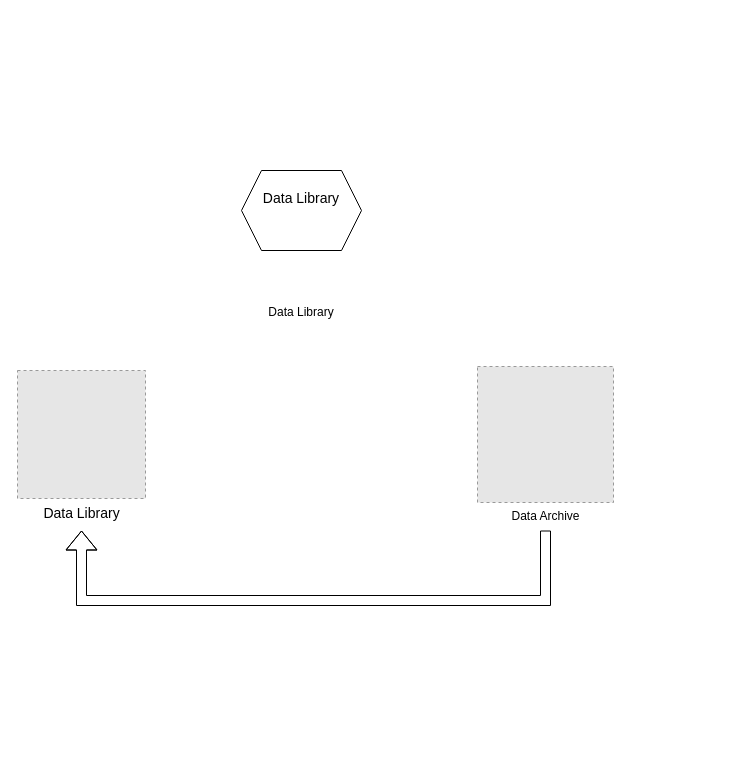
ruibei/greenpeace_datahub keeps this draw.io diagram as data life cycle track.drawio. Above is the earlier version. Source tidied: cells renumbered, new cells numbered last; positions are measured from the earlier drawing's top-left corner, leaving out a move shared by most shapes. Both pictures are drawn from the tidied source at 100%, with x=0, y=0 at pixel (17, 170). Pictures stored in the file or linked from it are replaced by grey dashed boxes.
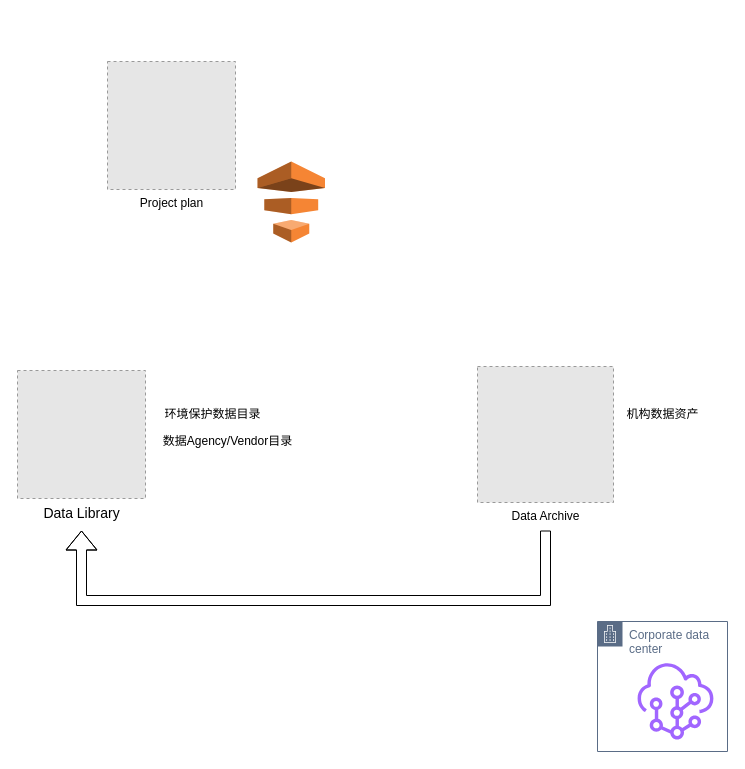
After the change.

The edit, as a diff of the source:
```diff
@@
 <mxGraphModel>
   <root>
     <mxCell id="0" />
     <mxCell id="1" parent="0" />
-    <mxCell id="2" value="&lt;br&gt;&lt;br&gt;&lt;br&gt;&lt;br&gt;&lt;br&gt;&lt;br&gt;&lt;br&gt;&lt;br&gt;&lt;br&gt;&lt;br&gt;&lt;br&gt;&lt;br&gt;&lt;p class=&quot;MsoNormal&quot; style=&quot;margin: 0cm ; text-align: justify ; font-size: 10.5pt ; font-family: &amp;#34;dengxian&amp;#34;&quot;&gt;&lt;span lang=&quot;EN-US&quot;&gt;Data Library&lt;/span&gt;&lt;/p&gt;&lt;br&gt;&lt;br&gt;&lt;br&gt;&lt;br&gt;&lt;br&gt;&lt;br&gt;&lt;p class=&quot;MsoNormal&quot;&gt;&lt;span lang=&quot;EN-US&quot;&gt;Data Library&lt;/span&gt;&lt;/p&gt;&lt;br&gt;&lt;br&gt;&lt;br&gt;&lt;br&gt;&lt;br&gt;" style="shape=hexagon;perimeter=hexagonPerimeter2;whiteSpace=wrap;html=1;fixedSize=1;" parent="1" vertex="1">
-      <mxGeometry x="224" width="120" height="80" as="geometry" />
-    </mxCell>
     <mxCell id="3" value="&lt;font style=&quot;font-size: 14px&quot;&gt;Data Library&lt;/font&gt;" style="fillColor=#E6E6E6;strokeColor=#999999;dashed=1;html=1;verticalAlign=top;verticalLabelPosition=bottom;labelBackgroundColor=#ffffff;" parent="1" vertex="1">
       <mxGeometry y="200" width="128" height="128" as="geometry" />
     </mxCell>
     <mxCell id="4" style="edgeStyle=orthogonalEdgeStyle;rounded=0;orthogonalLoop=1;jettySize=auto;html=1;shape=flexArrow;" parent="1" edge="1">
       <mxGeometry relative="1" as="geometry">
         <mxPoint x="528" y="360" as="sourcePoint" />
         <mxPoint x="64" y="360" as="targetPoint" />
         <Array as="points">
           <mxPoint x="528" y="430" />
           <mxPoint x="64" y="430" />
         </Array>
       </mxGeometry>
     </mxCell>
     <mxCell id="5" value="Data Archive" style="fillColor=#E6E6E6;strokeColor=#999999;dashed=1;html=1;verticalAlign=top;verticalLabelPosition=bottom;labelBackgroundColor=#ffffff;" parent="1" vertex="1">
       <mxGeometry x="460" y="196" width="136" height="136" as="geometry" />
     </mxCell>
+    <mxCell id="6" value="Project plan" style="fillColor=#E6E6E6;strokeColor=#999999;dashed=1;html=1;verticalAlign=top;verticalLabelPosition=bottom;labelBackgroundColor=#ffffff;" parent="1" vertex="1">
+      <mxGeometry x="90" y="-109" width="128" height="128" as="geometry" />
+    </mxCell>
+    <mxCell id="7" value="环境保护数据目录" style="text;html=1;align=center;verticalAlign=middle;strokeColor=none;" parent="1" vertex="1">
+      <mxGeometry x="140" y="234" width="110" height="20" as="geometry" />
+    </mxCell>
+    <mxCell id="8" value="数据Agency/Vendor目录" style="text;html=1;align=center;verticalAlign=middle;strokeColor=none;" parent="1" vertex="1">
+      <mxGeometry x="140" y="261" width="140" height="20" as="geometry" />
+    </mxCell>
+    <mxCell id="9" value="机构数据资产" style="text;html=1;align=center;verticalAlign=middle;strokeColor=none;" parent="1" vertex="1">
+      <mxGeometry x="600" y="234" width="90" height="20" as="geometry" />
+    </mxCell>
+    <mxCell id="10" style="fontColor=#232F3E;gradientColor=none;fillColor=#A166FF;strokeColor=none;dashed=0;verticalLabelPosition=bottom;verticalAlign=top;align=center;html=1;fontSize=12;fontStyle=0;shape=mxgraph.aws4.resource;" parent="1" vertex="1">
+      <mxGeometry x="620" y="491" width="76" height="78" as="geometry" />
+    </mxCell>
+    <mxCell id="11" value="Corporate data center" style="gradientColor=none;html=1;whiteSpace=wrap;fontSize=12;fontStyle=0;shape=mxgraph.aws4.group;grIcon=mxgraph.aws4.group_corporate_data_center;strokeColor=#5A6C86;fillColor=none;verticalAlign=top;align=left;spacingLeft=30;fontColor=#5A6C86;dashed=0;" parent="1" vertex="1">
+      <mxGeometry x="580" y="451" width="130" height="130" as="geometry" />
+    </mxCell>
+    <mxCell id="12" style="dashed=0;verticalLabelPosition=bottom;verticalAlign=top;align=center;html=1;shape=mxgraph.aws3.data_pipeline;fillColor=#F58534;gradientColor=none;" parent="1" vertex="1">
+      <mxGeometry x="240" y="-9" width="67.5" height="81" as="geometry" />
+    </mxCell>
   </root>
 </mxGraphModel>
```
